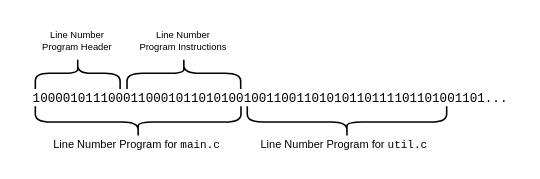
The draw.io diagram labs/8-dwarf-parsing/images/debug-line-format.drawio in dddrrreee/cs340lx-25aut, before the edit. Source tidied: cells renumbered, new cells numbered last; positions are measured from the earlier drawing's top-left corner, leaving out a move shared by most shapes. Both pictures are drawn from the tidied source at 157%, with x=0, y=0 at pixel (27, 16).
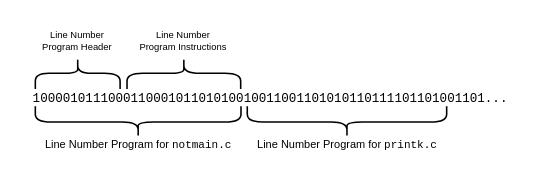
The same page after the edit.

Change to the diagram source:
```diff
@@
 <mxGraphModel background="#ffffff">
   <root>
     <mxCell id="0" />
     <mxCell id="1" parent="0" />
     <mxCell id="2" value="100001011100011000101101010010011001101010110111101101001101..." style="text;html=1;strokeColor=none;fillColor=none;align=center;verticalAlign=middle;whiteSpace=wrap;rounded=0;fontSize=8;fontFamily=Courier New;" parent="1" vertex="1">
       <mxGeometry y="37.2" width="310" height="30" as="geometry" />
     </mxCell>
     <mxCell id="3" style="shape=curlyBracket;whiteSpace=wrap;html=1;rounded=1;labelPosition=left;verticalLabelPosition=middle;align=right;verticalAlign=middle;fontFamily=Courier New;fontSize=7;rotation=-90;" parent="1" vertex="1">
       <mxGeometry x="60.5" y="1.7" width="20" height="131" as="geometry" />
     </mxCell>
-    <mxCell id="4" value="Line Number Program for &lt;font face=&quot;Courier New&quot;&gt;main.c&lt;/font&gt;" style="text;html=1;strokeColor=none;fillColor=none;align=center;verticalAlign=middle;whiteSpace=wrap;rounded=0;fontFamily=Helvetica;fontSize=7;" parent="1" vertex="1">
-      <mxGeometry x="5" y="77.2" width="130" height="9" as="geometry" />
+    <mxCell id="4" value="Line Number Program for &lt;font face=&quot;Courier New&quot;&gt;notmain.c&lt;/font&gt;" style="text;html=1;strokeColor=none;fillColor=none;align=center;verticalAlign=middle;whiteSpace=wrap;rounded=0;fontFamily=Helvetica;fontSize=7;" parent="1" vertex="1">
+      <mxGeometry x="6" y="77.2" width="130" height="9" as="geometry" />
     </mxCell>
     <mxCell id="5" style="shape=curlyBracket;whiteSpace=wrap;html=1;rounded=1;labelPosition=left;verticalLabelPosition=middle;align=right;verticalAlign=middle;fontFamily=Courier New;fontSize=7;rotation=-90;" parent="1" vertex="1">
       <mxGeometry x="193.5" y="3.7" width="20" height="127" as="geometry" />
     </mxCell>
-    <mxCell id="6" value="Line Number Program for&amp;nbsp;&lt;font style=&quot;border-color: rgb(218, 220, 224);&quot; face=&quot;Courier New&quot;&gt;util.c&lt;/font&gt;" style="text;html=1;strokeColor=none;fillColor=none;align=center;verticalAlign=middle;whiteSpace=wrap;rounded=0;fontFamily=Helvetica;fontSize=7;" parent="1" vertex="1">
-      <mxGeometry x="137" y="77.2" width="130" height="9" as="geometry" />
+    <mxCell id="6" value="Line Number Program for&amp;nbsp;&lt;font style=&quot;border-color: rgb(218, 220, 224);&quot; face=&quot;Courier New&quot;&gt;printk.c&lt;/font&gt;" style="text;html=1;strokeColor=none;fillColor=none;align=center;verticalAlign=middle;whiteSpace=wrap;rounded=0;fontFamily=Helvetica;fontSize=7;" parent="1" vertex="1">
+      <mxGeometry x="139" y="77.2" width="130" height="9" as="geometry" />
     </mxCell>
     <mxCell id="7" style="shape=curlyBracket;whiteSpace=wrap;html=1;rounded=1;labelPosition=left;verticalLabelPosition=middle;align=right;verticalAlign=middle;fontFamily=Courier New;fontSize=7;rotation=90;size=0.5;" parent="1" vertex="1">
       <mxGeometry x="22" y="9.2" width="20" height="54" as="geometry" />
     </mxCell>
     <mxCell id="8" value="Line Number &lt;br style=&quot;font-size: 6px;&quot;&gt;Program Header" style="text;html=1;strokeColor=none;fillColor=none;align=center;verticalAlign=middle;whiteSpace=wrap;rounded=0;fontFamily=Helvetica;fontSize=6;" parent="1" vertex="1">
       <mxGeometry x="2" y="6.2" width="60" height="20" as="geometry" />
     </mxCell>
     <mxCell id="9" style="shape=curlyBracket;whiteSpace=wrap;html=1;rounded=1;labelPosition=left;verticalLabelPosition=middle;align=right;verticalAlign=middle;fontFamily=Courier New;fontSize=7;rotation=90;size=0.5;" parent="1" vertex="1">
       <mxGeometry x="89.6" width="20" height="72.4" as="geometry" />
     </mxCell>
     <mxCell id="10" value="Line Number &lt;br style=&quot;font-size: 6px;&quot;&gt;Program Instructions" style="text;html=1;strokeColor=none;fillColor=none;align=center;verticalAlign=middle;whiteSpace=wrap;rounded=0;fontFamily=Helvetica;fontSize=6;" parent="1" vertex="1">
       <mxGeometry x="65.9" y="6.2" width="67.2" height="20" as="geometry" />
     </mxCell>
   </root>
 </mxGraphModel>
```
